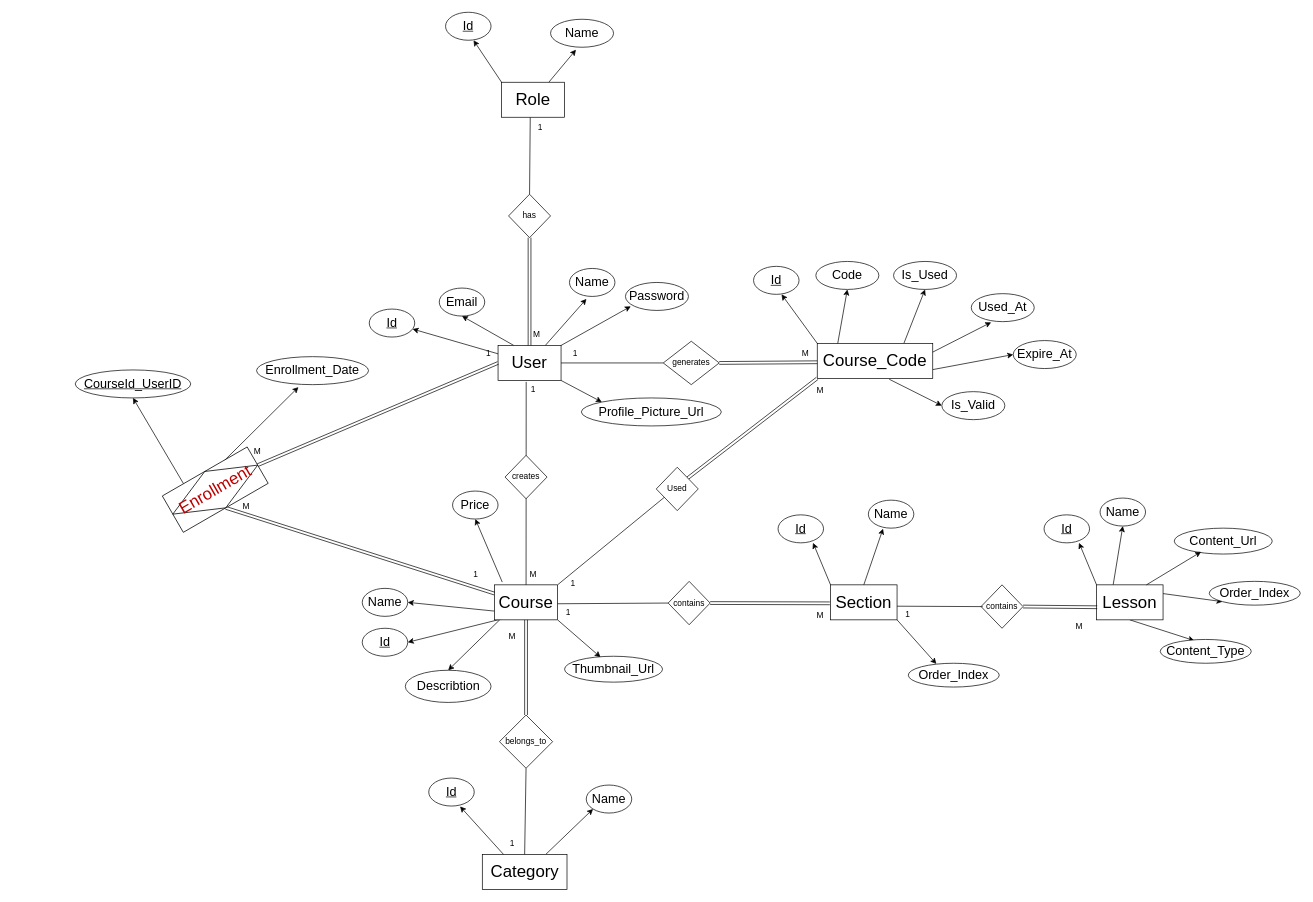
Before: database-design/erd.drawio in gemmy404/e-learning-system, a draw.io diagram. Source tidied: cells renumbered, new cells numbered last; positions are measured from the earlier drawing's top-left corner, leaving out a move shared by most shapes. Both pictures are drawn from the tidied source at 70%, with x=0, y=0 at pixel (75, 12).
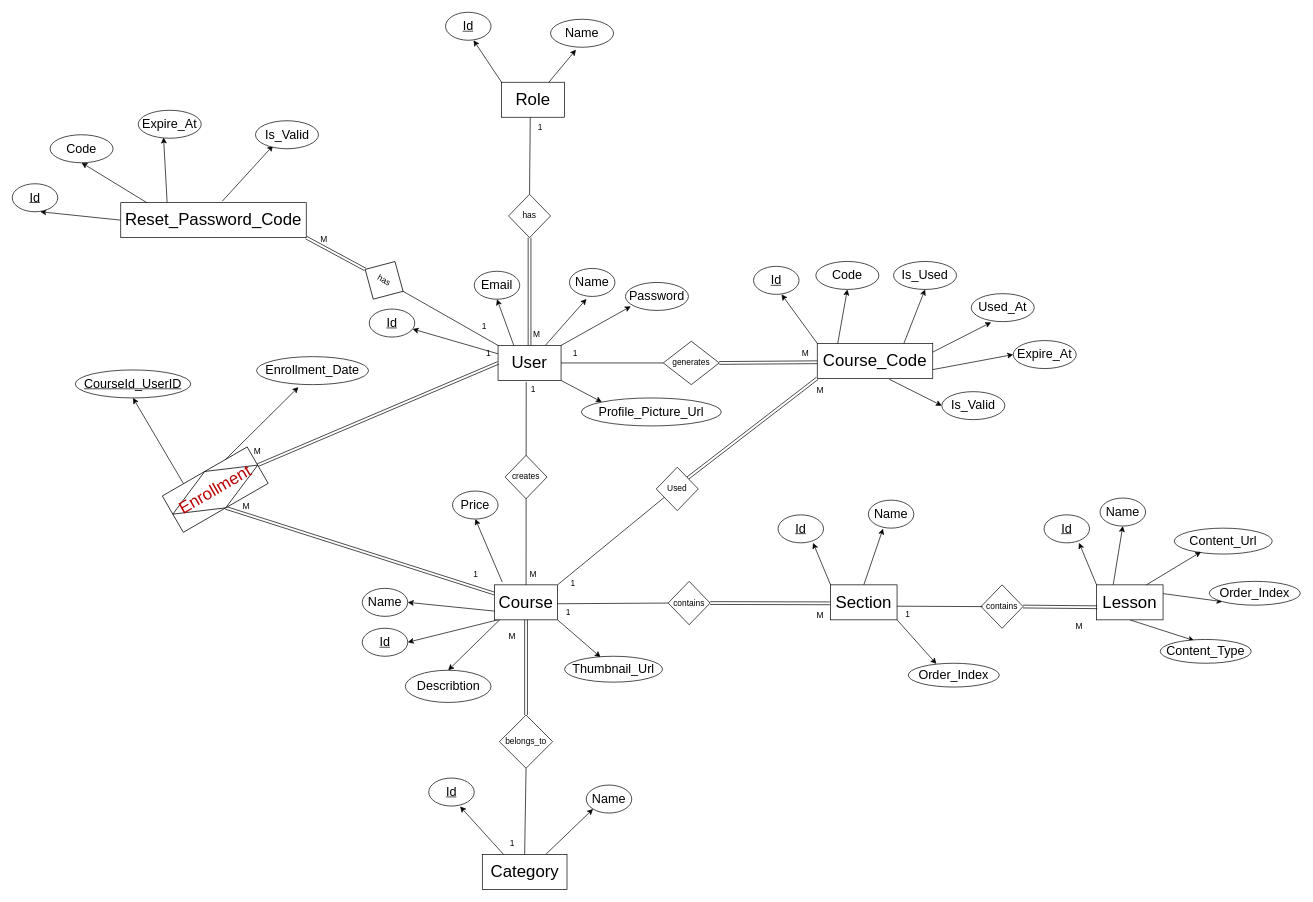
The same page after the edit.

Commit message (it also covers changes not shown here):
add reset-password-code entity and model

Unchanged cells that the change refers to:
```xml
<mxCell id="7" value="&lt;font style=&quot;font-size: 24px;&quot;&gt;User&lt;/font&gt;" style="rounded=0;whiteSpace=wrap;html=1;" parent="1" vertex="1">
  <mxGeometry x="604" y="476" width="90" height="50" as="geometry" />
</mxCell>
```

The edit, as a diff of the source:
```diff
@@
     <mxCell id="10" value="&lt;font style=&quot;font-size: 18px;&quot;&gt;Email&lt;/font&gt;" style="ellipse;whiteSpace=wrap;html=1;" parent="1" vertex="1">
-      <mxGeometry x="520" y="394" width="65" height="40" as="geometry" />
+      <mxGeometry x="570" y="370" width="65" height="40" as="geometry" />
     </mxCell>
@@
+    <mxCell id="111" style="edgeStyle=none;html=1;entryX=0.615;entryY=1;entryDx=0;entryDy=0;entryPerimeter=0;exitX=0;exitY=0.5;exitDx=0;exitDy=0;" parent="1" edge="1" source="115" target="116">
+      <mxGeometry relative="1" as="geometry" />
+    </mxCell>
+    <mxCell id="112" style="edgeStyle=none;html=1;exitX=0.172;exitY=0.102;exitDx=0;exitDy=0;entryX=0.5;entryY=1;entryDx=0;entryDy=0;exitPerimeter=0;" parent="1" edge="1" source="115" target="117">
+      <mxGeometry relative="1" as="geometry" />
+    </mxCell>
+    <mxCell id="113" style="edgeStyle=none;html=1;exitX=0.25;exitY=0;exitDx=0;exitDy=0;entryX=0.402;entryY=0.971;entryDx=0;entryDy=0;entryPerimeter=0;" parent="1" edge="1" source="115" target="118">
+      <mxGeometry relative="1" as="geometry" />
+    </mxCell>
+    <mxCell id="114" style="edgeStyle=none;html=1;entryX=0.28;entryY=0.882;entryDx=0;entryDy=0;entryPerimeter=0;" parent="1" edge="1" target="119">
+      <mxGeometry relative="1" as="geometry">
+        <mxPoint x="210" y="270" as="sourcePoint" />
+      </mxGeometry>
+    </mxCell>
+    <mxCell id="115" value="&lt;font style=&quot;font-size: 24px;&quot;&gt;Reset_Password_Code&lt;/font&gt;" style="rounded=0;whiteSpace=wrap;html=1;" parent="1" vertex="1">
+      <mxGeometry x="65" y="272" width="265" height="50" as="geometry" />
+    </mxCell>
+    <mxCell id="116" value="&lt;u&gt;&lt;font style=&quot;font-size: 18px;&quot;&gt;Id&lt;/font&gt;&lt;/u&gt;" style="ellipse;whiteSpace=wrap;html=1;" parent="1" vertex="1">
+      <mxGeometry x="-90" y="245" width="65" height="40" as="geometry" />
+    </mxCell>
+    <mxCell id="117" value="&lt;font style=&quot;font-size: 18px;&quot;&gt;Code&lt;/font&gt;" style="ellipse;whiteSpace=wrap;html=1;" parent="1" vertex="1">
+      <mxGeometry x="-36" y="175" width="90" height="40" as="geometry" />
+    </mxCell>
+    <mxCell id="118" value="&lt;font style=&quot;font-size: 18px;&quot;&gt;Expire_At&lt;/font&gt;" style="ellipse;whiteSpace=wrap;html=1;" parent="1" vertex="1">
+      <mxGeometry x="90" y="140" width="90" height="40" as="geometry" />
+    </mxCell>
+    <mxCell id="119" value="&lt;span style=&quot;font-size: 18px;&quot;&gt;Is_Valid&lt;/span&gt;" style="ellipse;whiteSpace=wrap;html=1;" parent="1" vertex="1">
+      <mxGeometry x="257.5" y="155" width="90" height="40" as="geometry" />
+    </mxCell>
+    <mxCell id="120" value="M" style="text;html=1;align=center;verticalAlign=middle;strokeColor=none;fillColor=none;" parent="1" vertex="1">
+      <mxGeometry x="340" y="310" width="30" height="30" as="geometry" />
+    </mxCell>
+    <mxCell id="121" value="1" style="text;html=1;align=center;verticalAlign=middle;strokeColor=none;fillColor=none;" parent="1" vertex="1">
+      <mxGeometry x="569" y="434" width="30" height="30" as="geometry" />
+    </mxCell>
+    <mxCell id="122" style="edgeStyle=none;shape=link;rounded=1;html=1;exitX=1;exitY=1;exitDx=0;exitDy=0;strokeColor=default;align=center;verticalAlign=middle;fontFamily=Helvetica;fontSize=11;fontColor=default;labelBackgroundColor=default;endArrow=none;entryX=0;entryY=0.5;entryDx=0;entryDy=0;" parent="1" edge="1" source="115" target="123">
+      <mxGeometry relative="1" as="geometry" />
+    </mxCell>
+    <mxCell id="123" value="has" style="rhombus;whiteSpace=wrap;html=1;rotation=30;" parent="1" vertex="1">
+      <mxGeometry x="410" y="352" width="62.5" height="62" as="geometry" />
+    </mxCell>
+    <mxCell id="124" style="endArrow=none;html=1;entryX=0;entryY=0;entryDx=0;entryDy=0;exitX=1;exitY=0.5;exitDx=0;exitDy=0;" parent="1" edge="1" source="123" target="7">
+      <mxGeometry relative="1" as="geometry" />
+    </mxCell>
```
